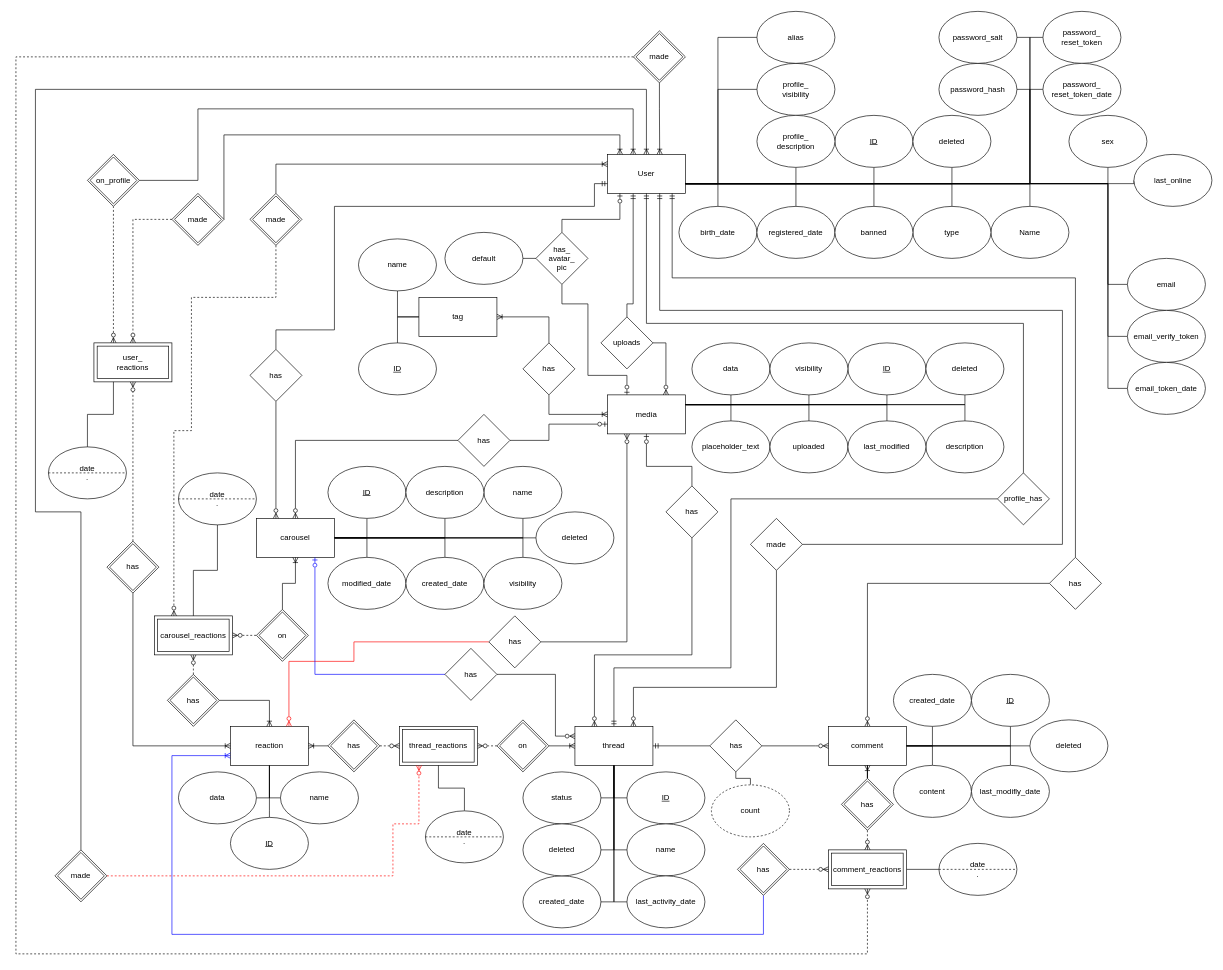
Before: docs/dev/db/appdiagramms/visual_posting_db_er_phase_03.drawio in gombosg21/vizsgaremek, a draw.io diagram. Source tidied: cells renumbered, new cells numbered last; positions are measured from the earlier drawing's top-left corner, leaving out a move shared by most shapes. Both pictures are drawn from the tidied source at 65%, with x=0, y=0 at pixel (16, 11).
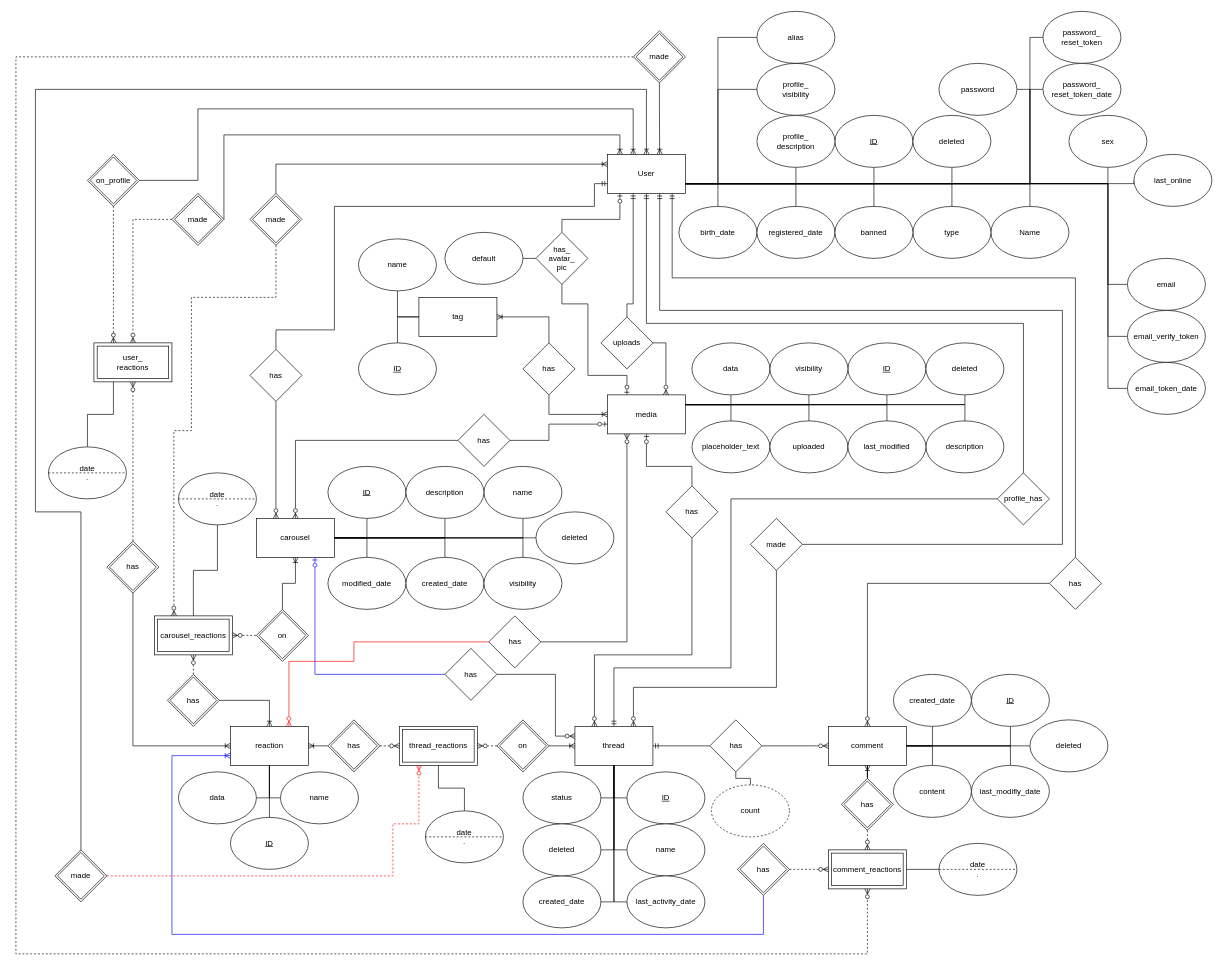
After the change.

Commit message (it also covers changes not shown here):
merged password salt and hash

Unchanged cells that the change refers to:
```xml
<mxCell id="4" value="User" style="rounded=0;whiteSpace=wrap;html=1;points=[[0,0,0,0,0],[0,0.25,0,0,0],[0,0.5,0,0,0],[0,0.75,0,0,0],[0,1,0,0,0],[0.16,0,0,0,0],[0.16,1,0,0,0],[0.33,0,0,0,0],[0.33,1,0,0,0],[0.5,0,0,0,0],[0.5,1,0,0,0],[0.67,0,0,0,0],[0.67,1,0,0,0],[0.83,0,0,0,0],[0.83,1,0,0,0],[1,0,0,0,0],[1,0.25,0,0,0],[1,0.5,0,0,0],[1,0.75,0,0,0],[1,1,0,0,0]];" parent="1" vertex="1">
  <mxGeometry x="910" y="220" width="120" height="60" as="geometry" />
</mxCell>
```

What changed in the source:
```diff
@@
-    <mxCell id="19" value="password_hash" style="ellipse;whiteSpace=wrap;html=1;" parent="1" vertex="1">
+    <mxCell id="19" value="password" style="ellipse;whiteSpace=wrap;html=1;" parent="1" vertex="1">
       <mxGeometry x="1420" y="80" width="120" height="80" as="geometry" />
     </mxCell>
@@
-    <mxCell id="134" style="edgeStyle=orthogonalEdgeStyle;rounded=0;jettySize=auto;html=1;exitX=1;exitY=0.5;exitDx=0;exitDy=0;entryX=1;entryY=0.75;entryDx=0;entryDy=0;startArrow=none;startFill=0;endArrow=none;endFill=0;" parent="1" edge="1" source="135" target="4">
-      <mxGeometry relative="1" as="geometry">
-        <Array as="points">
-          <mxPoint x="1560" y="40" />
-          <mxPoint x="1560" y="265" />
-        </Array>
-      </mxGeometry>
-    </mxCell>
-    <mxCell id="135" value="password_salt" style="ellipse;whiteSpace=wrap;html=1;" parent="1" vertex="1">
-      <mxGeometry x="1420" width="120" height="80" as="geometry" />
-    </mxCell>
```
